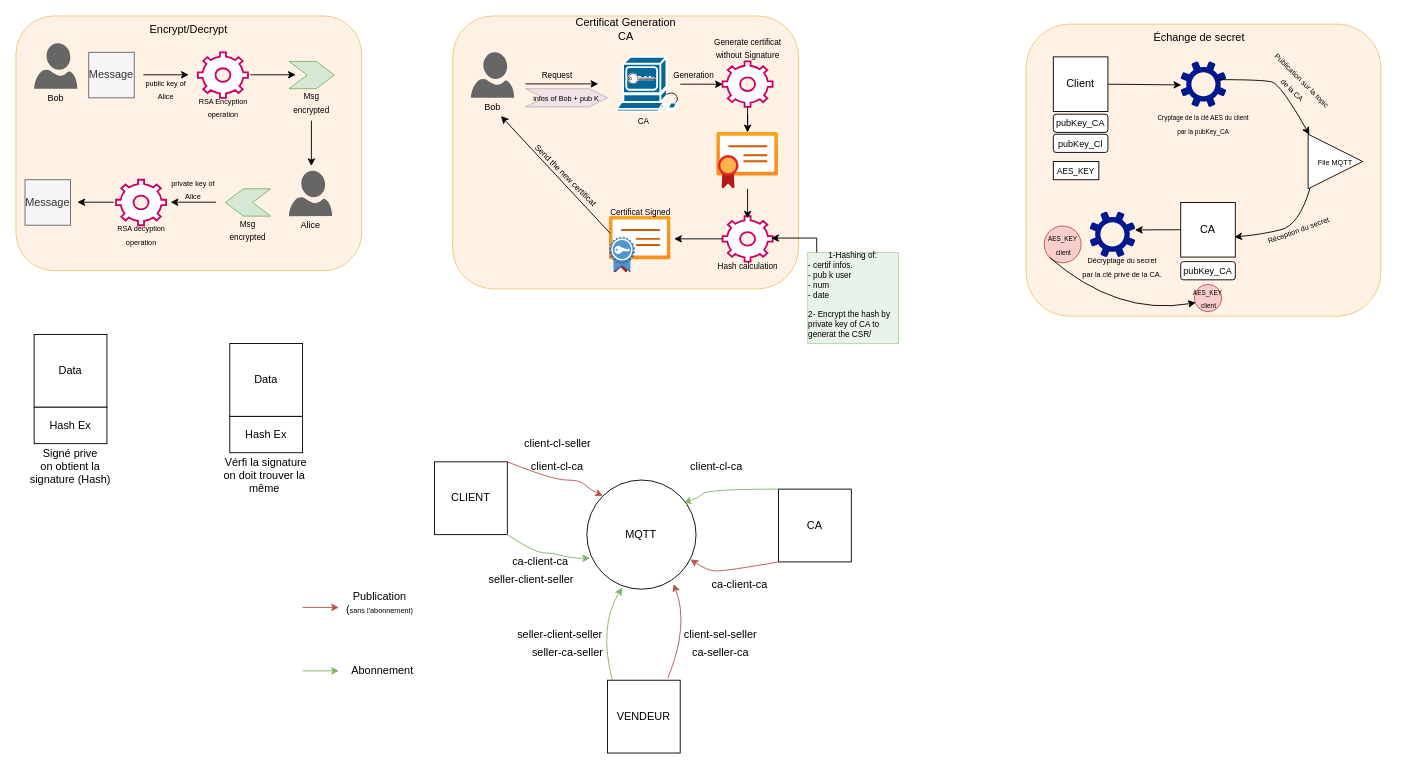
mahmoud-illourmane/projet-rt802 keeps this draw.io diagram as schema.drawio. Above is the earlier version. Source tidied: cells renumbered, new cells numbered last; positions are measured from the earlier drawing's top-left corner, leaving out a move shared by most shapes. Both pictures are drawn from the tidied source at 91%, with x=0, y=0 at pixel (15, 15).
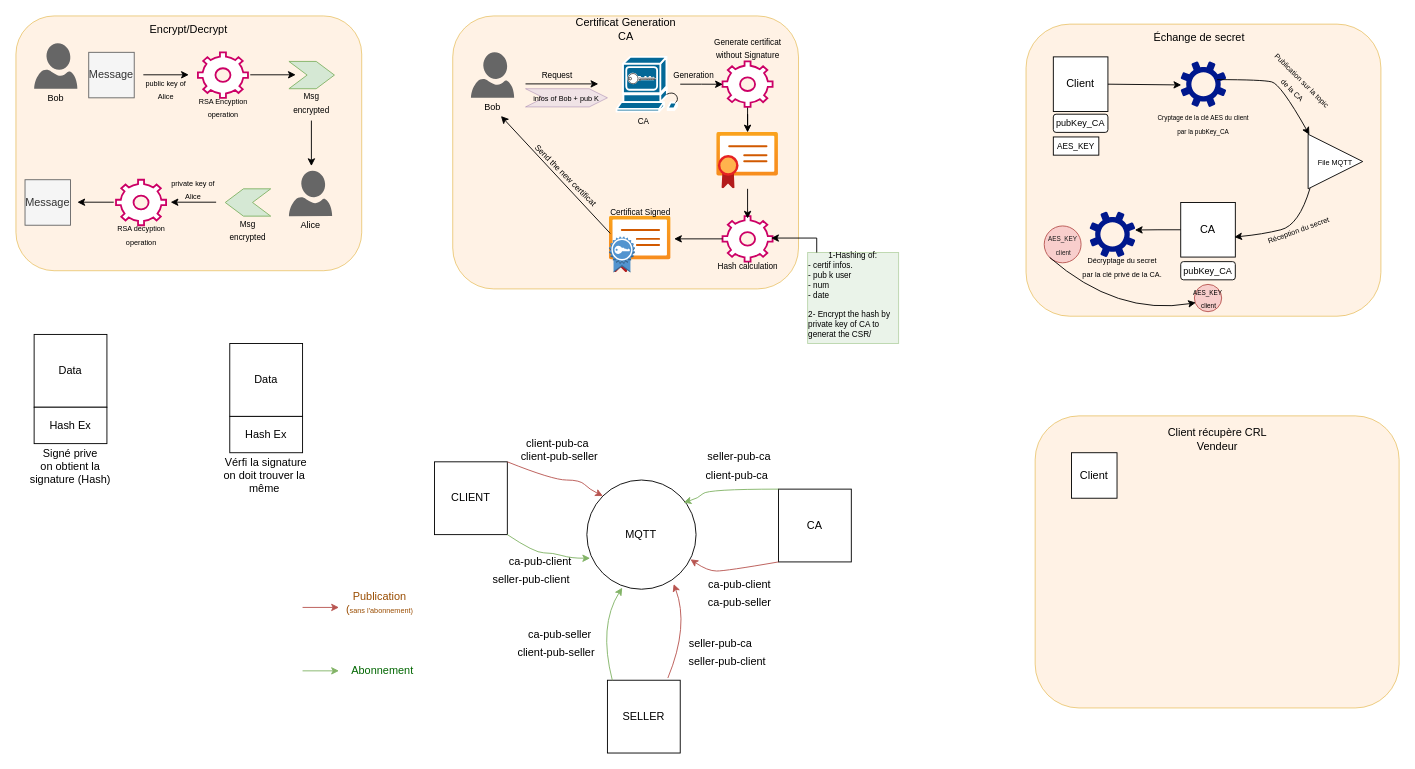
Above is the later version.

The edit, as a diff of the source:
```diff
@@
-    <mxCell id="64" value="VENDEUR" style="whiteSpace=wrap;html=1;" parent="1" vertex="1">
+    <mxCell id="64" value="SELLER" style="whiteSpace=wrap;html=1;" parent="1" vertex="1">
       <mxGeometry x="650" y="730" width="80" height="80" as="geometry" />
     </mxCell>
@@
-    <mxCell id="68" value="client-cl-ca" style="text;html=1;align=center;verticalAlign=middle;whiteSpace=wrap;rounded=0;" parent="1" vertex="1">
-      <mxGeometry x="565" y="480" width="60" height="30" as="geometry" />
+    <mxCell id="68" value="client-pub-seller" style="text;html=1;align=center;verticalAlign=middle;whiteSpace=wrap;rounded=0;" parent="1" vertex="1">
+      <mxGeometry x="545" y="470" width="105" height="30" as="geometry" />
     </mxCell>
@@
-    <mxCell id="71" value="client-cl-ca" style="text;html=1;align=center;verticalAlign=middle;whiteSpace=wrap;rounded=0;" parent="1" vertex="1">
-      <mxGeometry x="740" y="480" width="60" height="30" as="geometry" />
+    <mxCell id="71" value="client-pub-ca" style="text;html=1;align=center;verticalAlign=middle;whiteSpace=wrap;rounded=0;" parent="1" vertex="1">
+      <mxGeometry x="755" y="490" width="75" height="30" as="geometry" />
     </mxCell>
@@
-    <mxCell id="73" value="ca-client-ca" style="text;html=1;align=center;verticalAlign=middle;whiteSpace=wrap;rounded=0;" parent="1" vertex="1">
+    <mxCell id="73" value="ca-pub-client" style="text;html=1;align=center;verticalAlign=middle;whiteSpace=wrap;rounded=0;" parent="1" vertex="1">
       <mxGeometry x="758.9" y="610" width="72.6" height="30" as="geometry" />
     </mxCell>
@@
-    <mxCell id="75" value="Publication (&lt;font style=&quot;font-size: 8px;&quot;&gt;sans&amp;nbsp;l'abonnement)&lt;/font&gt;" style="text;html=1;align=center;verticalAlign=middle;whiteSpace=wrap;rounded=0;" parent="1" vertex="1">
+    <mxCell id="75" value="&lt;font color=&quot;#994c00&quot;&gt;Publication (&lt;font style=&quot;font-size: 8px;&quot;&gt;sans&amp;nbsp;l'abonnement)&lt;/font&gt;&lt;/font&gt;" style="text;html=1;align=center;verticalAlign=middle;whiteSpace=wrap;rounded=0;" parent="1" vertex="1">
       <mxGeometry x="340" y="630" width="120" height="30" as="geometry" />
     </mxCell>
@@
-    <mxCell id="77" value="&amp;nbsp; Abonnement" style="text;html=1;align=center;verticalAlign=middle;whiteSpace=wrap;rounded=0;" parent="1" vertex="1">
+    <mxCell id="77" value="&lt;font color=&quot;#006600&quot;&gt;&amp;nbsp; Abonnement&lt;/font&gt;" style="text;html=1;align=center;verticalAlign=middle;whiteSpace=wrap;rounded=0;" parent="1" vertex="1">
       <mxGeometry x="340" y="705" width="120" height="30" as="geometry" />
     </mxCell>
-    <mxCell id="78" value="ca-client-ca" style="text;html=1;align=center;verticalAlign=middle;whiteSpace=wrap;rounded=0;" parent="1" vertex="1">
+    <mxCell id="78" value="ca-pub-client" style="text;html=1;align=center;verticalAlign=middle;whiteSpace=wrap;rounded=0;" parent="1" vertex="1">
       <mxGeometry x="540" y="590" width="72.6" height="20" as="geometry" />
     </mxCell>
@@
-    <mxCell id="80" value="client-cl-seller" style="text;html=1;align=center;verticalAlign=middle;whiteSpace=wrap;rounded=0;" parent="1" vertex="1">
+    <mxCell id="80" value="client-pub-ca" style="text;html=1;align=center;verticalAlign=middle;whiteSpace=wrap;rounded=0;" parent="1" vertex="1">
       <mxGeometry x="553.8" y="460" width="82.5" height="20" as="geometry" />
     </mxCell>
-    <mxCell id="81" value="seller-client-seller" style="text;html=1;align=center;verticalAlign=middle;whiteSpace=wrap;rounded=0;" parent="1" vertex="1">
+    <mxCell id="81" value="seller-pub-client" style="text;html=1;align=center;verticalAlign=middle;whiteSpace=wrap;rounded=0;" parent="1" vertex="1">
       <mxGeometry x="504.8" y="610" width="122.6" height="20" as="geometry" />
     </mxCell>
-    <mxCell id="82" value="seller-client-seller" style="text;html=1;align=center;verticalAlign=middle;whiteSpace=wrap;rounded=0;" parent="1" vertex="1">
+    <mxCell id="82" value="ca-pub-seller" style="text;html=1;align=center;verticalAlign=middle;whiteSpace=wrap;rounded=0;" parent="1" vertex="1">
       <mxGeometry x="550" y="670" width="96.2" height="20" as="geometry" />
     </mxCell>
@@
-    <mxCell id="84" value="client-sel-seller" style="text;html=1;align=center;verticalAlign=middle;whiteSpace=wrap;rounded=0;" parent="1" vertex="1">
-      <mxGeometry x="732.5" y="670" width="82.5" height="20" as="geometry" />
+    <mxCell id="84" value="seller-pub-ca" style="text;html=1;align=center;verticalAlign=middle;whiteSpace=wrap;rounded=0;" parent="1" vertex="1">
+      <mxGeometry x="732.5" y="680" width="82.5" height="20" as="geometry" />
     </mxCell>
-    <mxCell id="85" value="seller-ca-seller" style="text;html=1;align=center;verticalAlign=middle;whiteSpace=wrap;rounded=0;" parent="1" vertex="1">
-      <mxGeometry x="565" y="690" width="82.5" height="20" as="geometry" />
+    <mxCell id="85" value="client-pub-seller" style="text;html=1;align=center;verticalAlign=middle;whiteSpace=wrap;rounded=0;" parent="1" vertex="1">
+      <mxGeometry x="550" y="690" width="87.5" height="20" as="geometry" />
     </mxCell>
-    <mxCell id="86" value="ca-seller-ca" style="text;html=1;align=center;verticalAlign=middle;whiteSpace=wrap;rounded=0;" parent="1" vertex="1">
-      <mxGeometry x="732.5" y="690" width="82.5" height="20" as="geometry" />
+    <mxCell id="86" value="seller-pub-client" style="text;html=1;align=center;verticalAlign=middle;whiteSpace=wrap;rounded=0;" parent="1" vertex="1">
+      <mxGeometry x="732.5" y="700" width="97.5" height="20" as="geometry" />
     </mxCell>
@@
-    <mxCell id="92" value="&lt;font style=&quot;font-size: 10px;&quot;&gt;pubKey_Cl&lt;/font&gt;" style="rounded=1;whiteSpace=wrap;html=1;" parent="1" vertex="1">
-      <mxGeometry x="1140" y="130" width="60" height="20" as="geometry" />
-    </mxCell>
@@
     <mxCell id="94" value="&lt;font style=&quot;font-size: 9px;&quot;&gt;AES_KEY&lt;/font&gt;" style="rounded=0;whiteSpace=wrap;html=1;" parent="1" vertex="1">
-      <mxGeometry x="1140" y="160" width="50" height="20" as="geometry" />
+      <mxGeometry x="1140" y="133" width="50" height="20" as="geometry" />
     </mxCell>
@@
-    <mxCell id="106" value="&lt;font style=&quot;font-size: 7px;&quot;&gt;&lt;font style=&quot;font-size: 7px;&quot;&gt;AES_KEY&lt;/font&gt;&lt;/font&gt;&lt;div&gt;&lt;font style=&quot;font-size: 7px;&quot;&gt;&lt;font style=&quot;font-size: 7px;&quot;&gt;&amp;nbsp;&lt;/font&gt;&lt;span style=&quot;background-color: initial;&quot;&gt;client&lt;/span&gt;&lt;/font&gt;&lt;/div&gt;" style="ellipse;whiteSpace=wrap;html=1;fillColor=#f8cecc;strokeColor=#b85450;" parent="1" vertex="1">
+    <mxCell id="106" value="&lt;font style=&quot;font-size: 7px;&quot;&gt;&lt;font color=&quot;#1a1a1a&quot; style=&quot;font-size: 7px;&quot;&gt;AES_KEY&lt;/font&gt;&lt;/font&gt;&lt;div&gt;&lt;font color=&quot;#1a1a1a&quot; style=&quot;font-size: 7px;&quot;&gt;&lt;font style=&quot;font-size: 7px;&quot;&gt;&amp;nbsp;&lt;/font&gt;&lt;span style=&quot;background-color: initial;&quot;&gt;client&lt;/span&gt;&lt;/font&gt;&lt;/div&gt;" style="ellipse;whiteSpace=wrap;html=1;fillColor=#f8cecc;strokeColor=#b85450;" parent="1" vertex="1">
       <mxGeometry x="1130" y="230.8" width="40.5" height="40.5" as="geometry" />
     </mxCell>
@@
+    <mxCell id="109" style="rounded=1;whiteSpace=wrap;html=1;fillColor=#ffe6cc;strokeColor=#d79b00;opacity=50;" parent="1" vertex="1">
+      <mxGeometry x="1120" y="439.5" width="400" height="321" as="geometry" />
+    </mxCell>
+    <mxCell id="110" value="Client récupère CRL&lt;br&gt;Vendeur" style="text;html=1;align=center;verticalAlign=middle;whiteSpace=wrap;rounded=0;" parent="1" vertex="1">
+      <mxGeometry x="1257.5" y="450" width="125" height="30" as="geometry" />
+    </mxCell>
+    <mxCell id="111" value="Client" style="whiteSpace=wrap;html=1;" parent="1" vertex="1">
+      <mxGeometry x="1160" y="480" width="50" height="50" as="geometry" />
+    </mxCell>
+    <mxCell id="112" value="ca-pub-seller" style="text;html=1;align=center;verticalAlign=middle;whiteSpace=wrap;rounded=0;" parent="1" vertex="1">
+      <mxGeometry x="749.6" y="630" width="91.1" height="30" as="geometry" />
+    </mxCell>
+    <mxCell id="113" value="seller-pub-ca" style="text;html=1;align=center;verticalAlign=middle;whiteSpace=wrap;rounded=0;" parent="1" vertex="1">
+      <mxGeometry x="755" y="470" width="80" height="30" as="geometry" />
+    </mxCell>
```
